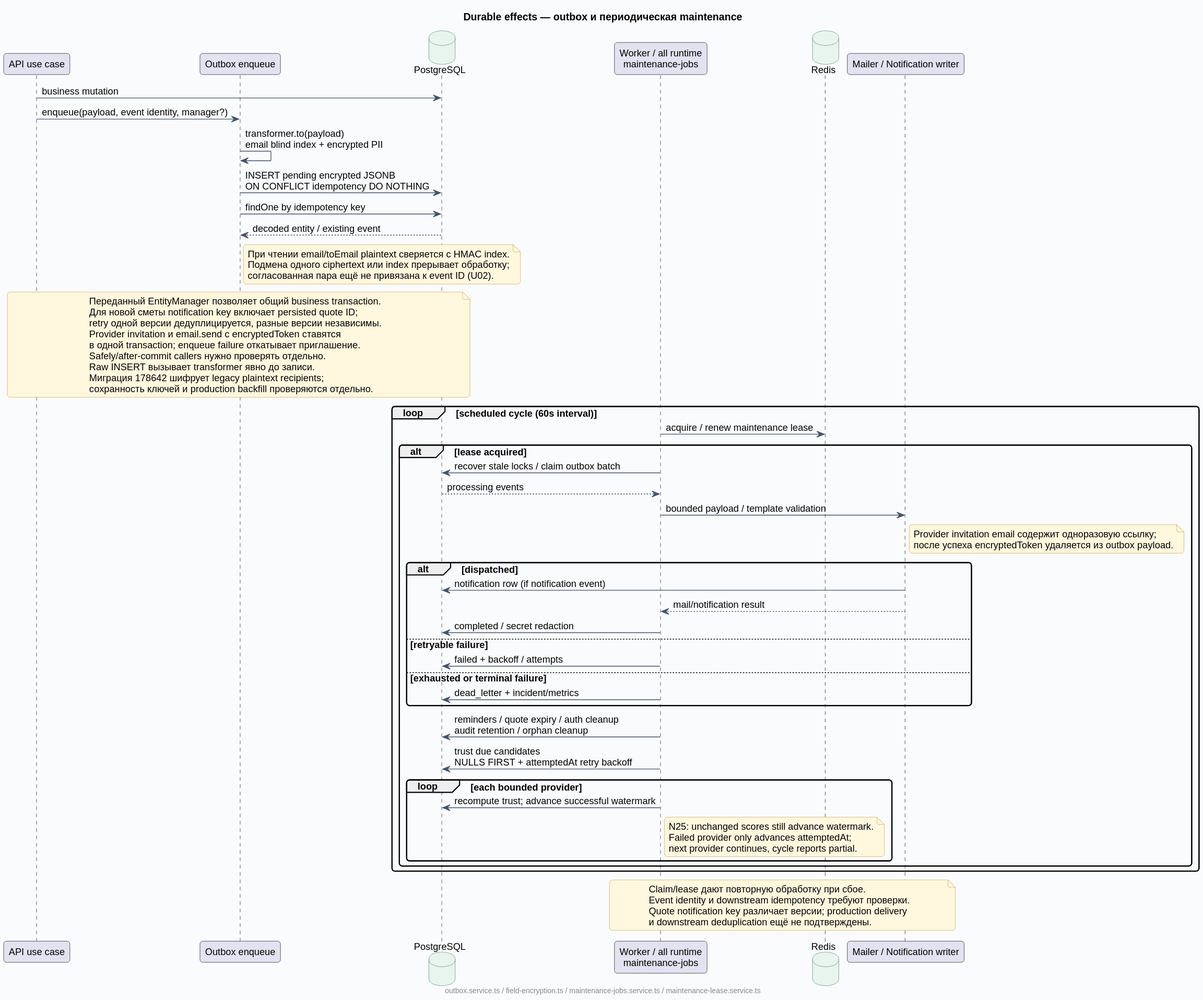
Before: docs/diagrams/rendered/08-outbox-maintenance.svg, a diagram exported from PlantUML (Dima163163/auto-care-hub).
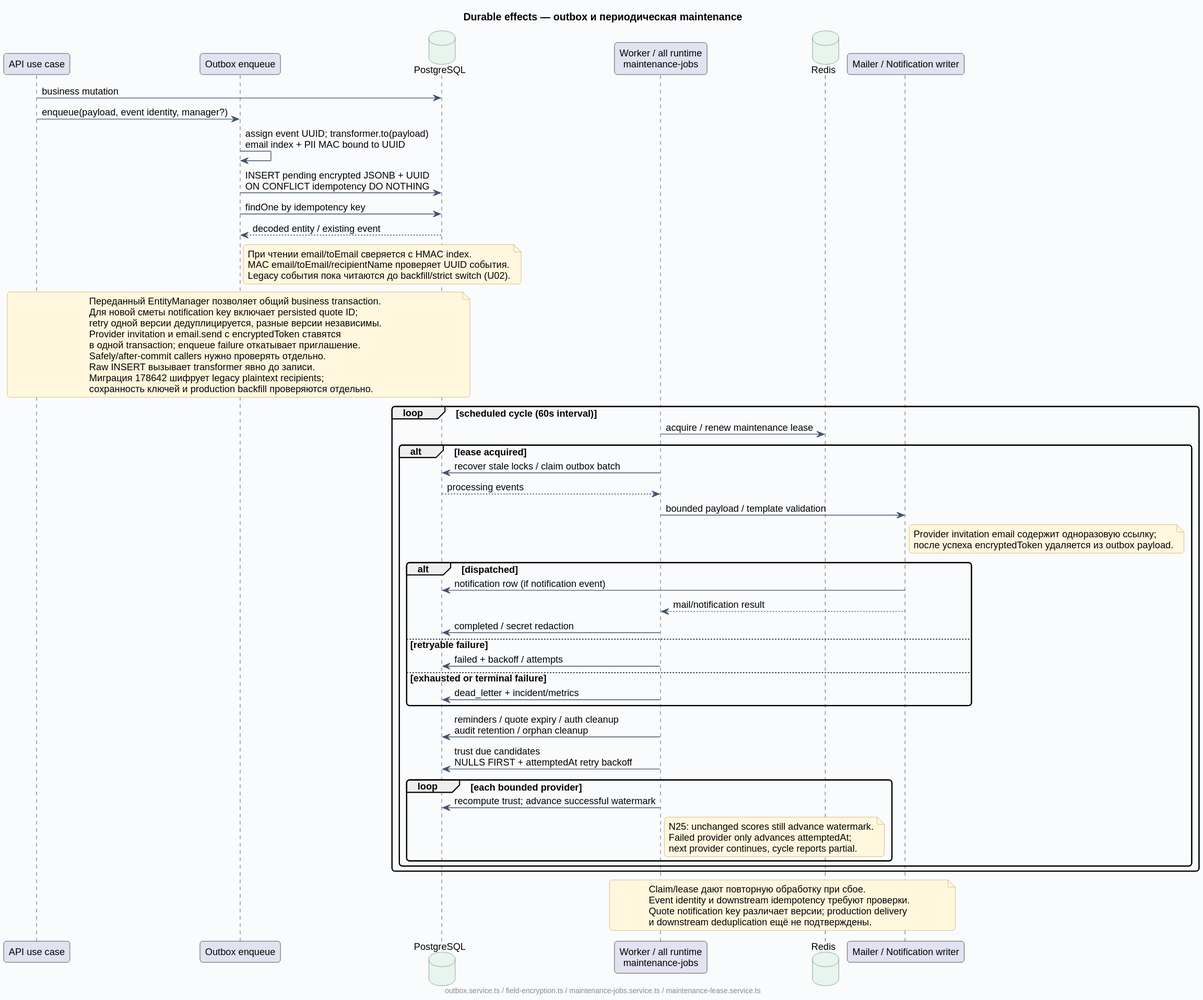
The same diagram one commit later.

The edit, as a diff of the source:
```diff
@@ -9,14 +9,14 @@
 participant "Mailer / Notification writer" as Delivery
 API -> PG : business mutation
 API -> Queue : enqueue(payload, event identity, manager?)
-Queue -> Queue : transformer.to(payload)\nemail blind index + encrypted PII
-Queue -> PG : INSERT pending encrypted JSONB\nON CONFLICT idempotency DO NOTHING
+Queue -> Queue : assign event UUID; transformer.to(payload)\nemail index + PII MAC bound to UUID
+Queue -> PG : INSERT pending encrypted JSONB + UUID\nON CONFLICT idempotency DO NOTHING
 Queue -> PG : findOne by idempotency key
 PG --> Queue : decoded entity / existing event
 note right of Queue
-  При чтении email/toEmail plaintext сверяется с HMAC index.
-  Подмена одного ciphertext или index прерывает обработку;
-  согласованная пара ещё не привязана к event ID (U02).
+  При чтении email/toEmail сверяется с HMAC index.
+  MAC email/toEmail/recipientName проверяет UUID события.
+  Legacy события пока читаются до backfill/strict switch (U02).
 end note
 note over API, PG
   Переданный EntityManager позволяет общий business transaction.
```
